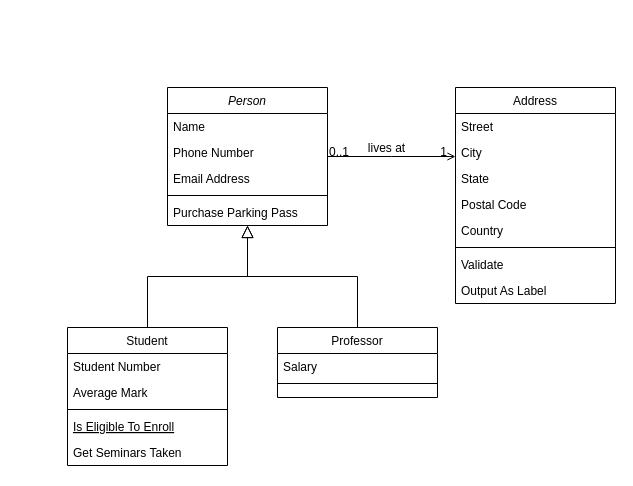
The draw.io diagram Diagrama sin título.drawio in ericksonvergara/Diagramas, before the edit. Source tidied: cells renumbered, new cells numbered last; positions are measured from the earlier drawing's top-left corner, leaving out a move shared by most shapes. Both pictures are drawn from the tidied source at 100%, with x=0, y=0 at pixel (67, 87).
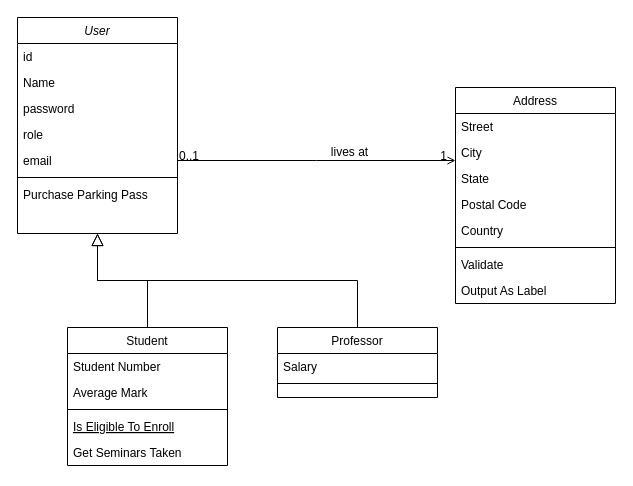
The same diagram, later.

Commit message:
Duagrama_ShareHub

What changed in the source:
```diff
@@
-    <mxCell id="2" value="Person" style="swimlane;fontStyle=2;align=center;verticalAlign=top;horizontal=1;startSize=26;rounded=0;shadow=0;strokeWidth=1;" parent="1" vertex="1">
-      <mxGeometry x="100" width="160" height="138" as="geometry" />
+    <mxCell id="2" value="User" style="swimlane;fontStyle=2;align=center;verticalAlign=top;horizontal=1;startSize=26;rounded=0;shadow=0;strokeWidth=1;" parent="1" vertex="1">
+      <mxGeometry x="-50" y="-70" width="160" height="216" as="geometry" />
     </mxCell>
+    <mxCell id="4" value="id" style="text;align=left;verticalAlign=top;spacingLeft=4;spacingRight=4;overflow=hidden;rounded=0;shadow=0;html=0;" parent="2" vertex="1">
+      <mxGeometry y="26" width="160" height="26" as="geometry" />
+    </mxCell>
     <mxCell id="3" value="Name" style="text;align=left;verticalAlign=top;spacingLeft=4;spacingRight=4;overflow=hidden;" parent="2" vertex="1">
-      <mxGeometry y="26" width="160" height="26" as="geometry" />
+      <mxGeometry y="52" width="160" height="26" as="geometry" />
     </mxCell>
-    <mxCell id="4" value="Phone Number" style="text;align=left;verticalAlign=top;spacingLeft=4;spacingRight=4;overflow=hidden;rounded=0;shadow=0;html=0;" parent="2" vertex="1">
-      <mxGeometry y="52" width="160" height="26" as="geometry" />
-    </mxCell>
-    <mxCell id="5" value="Email Address" style="text;align=left;verticalAlign=top;spacingLeft=4;spacingRight=4;overflow=hidden;rounded=0;shadow=0;html=0;" parent="2" vertex="1">
+    <mxCell id="5" value="password&#10;" style="text;align=left;verticalAlign=top;spacingLeft=4;spacingRight=4;overflow=hidden;rounded=0;shadow=0;html=0;" parent="2" vertex="1">
       <mxGeometry y="78" width="160" height="26" as="geometry" />
     </mxCell>
+    <mxCell id="32" value="role" style="text;align=left;verticalAlign=top;spacingLeft=4;spacingRight=4;overflow=hidden;rounded=0;shadow=0;html=0;" parent="2" vertex="1">
+      <mxGeometry y="104" width="160" height="26" as="geometry" />
+    </mxCell>
+    <mxCell id="33" value="email" style="text;align=left;verticalAlign=top;spacingLeft=4;spacingRight=4;overflow=hidden;rounded=0;shadow=0;html=0;" parent="2" vertex="1">
+      <mxGeometry y="130" width="160" height="26" as="geometry" />
+    </mxCell>
     <mxCell id="6" style="line;html=1;strokeWidth=1;align=left;verticalAlign=middle;spacingTop=-1;spacingLeft=3;spacingRight=3;labelPosition=right;" parent="2" vertex="1">
-      <mxGeometry y="104" width="160" height="8" as="geometry" />
+      <mxGeometry y="156" width="160" height="8" as="geometry" />
     </mxCell>
     <mxCell id="7" value="Purchase Parking Pass" style="text;align=left;verticalAlign=top;spacingLeft=4;spacingRight=4;overflow=hidden;" parent="2" vertex="1">
-      <mxGeometry y="112" width="160" height="26" as="geometry" />
+      <mxGeometry y="164" width="160" height="26" as="geometry" />
     </mxCell>
```
